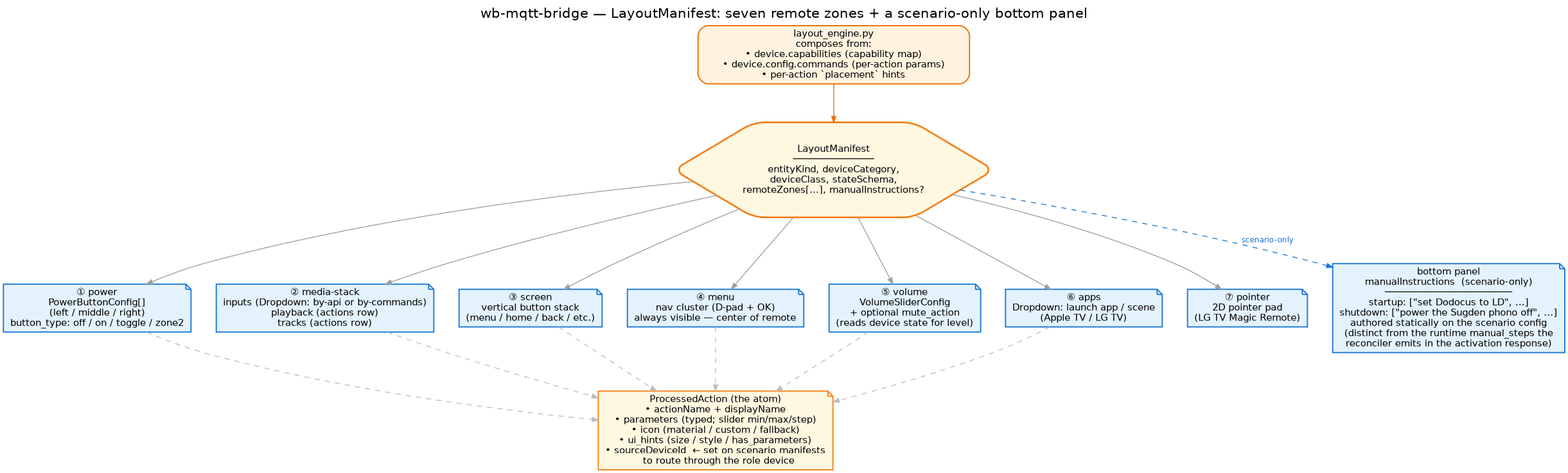
Earlier version of the Graphviz export docs/images/layout-manifest.png (droman42/wb-mqtt-bridge). Its source is kept beside it as docs/images/layout-manifest.dot. Source of this version:
```dot
digraph layout_manifest {
  rankdir=TB;
  bgcolor="white";
  splines=spline;
  nodesep=0.4; ranksep=0.6;
  fontname="Helvetica"; labelloc=t; fontsize=16;
  label="wb-mqtt-bridge — LayoutManifest: seven remote zones + a scenario-only bottom panel";

  node [fontname="Helvetica", fontsize=11, shape=box, style="filled,rounded", penwidth=1.4];
  edge [fontname="Helvetica", fontsize=9, color="#9e9e9e", arrowsize=0.7];

  source [label="layout_engine.py\ncomposes from:\n• device.capabilities (capability map)\n• device.config.commands (per-action params)\n• per-action `placement` hints",
          fillcolor="#fff3e0", color="#ef6c00", width=4.4];

  manifest [label="LayoutManifest\n──────────────\nentityKind, deviceCategory,\ndeviceClass, stateSchema,\nremoteZones[…], manualInstructions?",
            fillcolor="#fff8e1", color="#f57f17", shape=hexagon, penwidth=2];

  zone_power [shape=note, fillcolor="#e3f2fd", color="#1976d2",
              label="① power\nPowerButtonConfig[]\n(left / middle / right)\nbutton_type: off / on / toggle / zone2"];
  zone_media [shape=note, fillcolor="#e3f2fd", color="#1976d2",
              label="② media-stack\ninputs (Dropdown: by-api or by-commands)\nplayback (actions row)\ntracks (actions row)"];
  zone_screen [shape=note, fillcolor="#e3f2fd", color="#1976d2",
               label="③ screen\nvertical button stack\n(menu / home / back / etc.)"];
  zone_menu [shape=note, fillcolor="#e3f2fd", color="#1976d2",
            label="④ menu\nnav cluster (D-pad + OK)\nalways visible — center of remote"];
  zone_volume [shape=note, fillcolor="#e3f2fd", color="#1976d2",
              label="⑤ volume\nVolumeSliderConfig\n+ optional mute_action\n(reads device state for level)"];
  zone_apps [shape=note, fillcolor="#e3f2fd", color="#1976d2",
            label="⑥ apps\nDropdown: launch app / scene\n(Apple TV / LG TV)"];
  zone_pointer [shape=note, fillcolor="#e3f2fd", color="#1976d2",
                label="⑦ pointer\n2D pointer pad\n(LG TV Magic Remote)"];

  manual_panel [shape=note, fillcolor="#e3f2fd", color="#1976d2",
                label="bottom panel\nmanualInstructions  (scenario-only)\n──────────────────────\nstartup: [\"set Dodocus to LD\", …]\nshutdown: [\"power the Sugden phono off\", …]\nauthored statically on the scenario config\n(distinct from the runtime manual_steps the\nreconciler emits in the activation response)"];

  action [shape=note, fillcolor="#fff8e1", color="#f57f17",
          label="ProcessedAction (the atom)\n• actionName + displayName\n• parameters (typed; slider min/max/step)\n• icon (material / custom / fallback)\n• ui_hints (size / style / has_parameters)\n• sourceDeviceId  ← set on scenario manifests\n  to route through the role device"];

  source -> manifest [color="#ef6c00"];
  manifest -> zone_power;
  manifest -> zone_media;
  manifest -> zone_screen;
  manifest -> zone_menu;
  manifest -> zone_volume;
  manifest -> zone_apps;
  manifest -> zone_pointer;
  manifest -> manual_panel [style=dashed, label="scenario-only", color="#1976d2", fontcolor="#1976d2"];

  zone_power  -> action [style=dashed, color="#bdbdbd"];
  zone_media  -> action [style=dashed, color="#bdbdbd"];
  zone_screen -> action [style=dashed, color="#bdbdbd"];
  zone_menu   -> action [style=dashed, color="#bdbdbd"];
  zone_volume -> action [style=dashed, color="#bdbdbd"];
  zone_apps   -> action [style=dashed, color="#bdbdbd"];
  zone_pointer -> action [style=invis];

  {rank=same; zone_power; zone_media; zone_screen; zone_menu}
  {rank=same; zone_volume; zone_apps; zone_pointer; manual_panel}
}
```
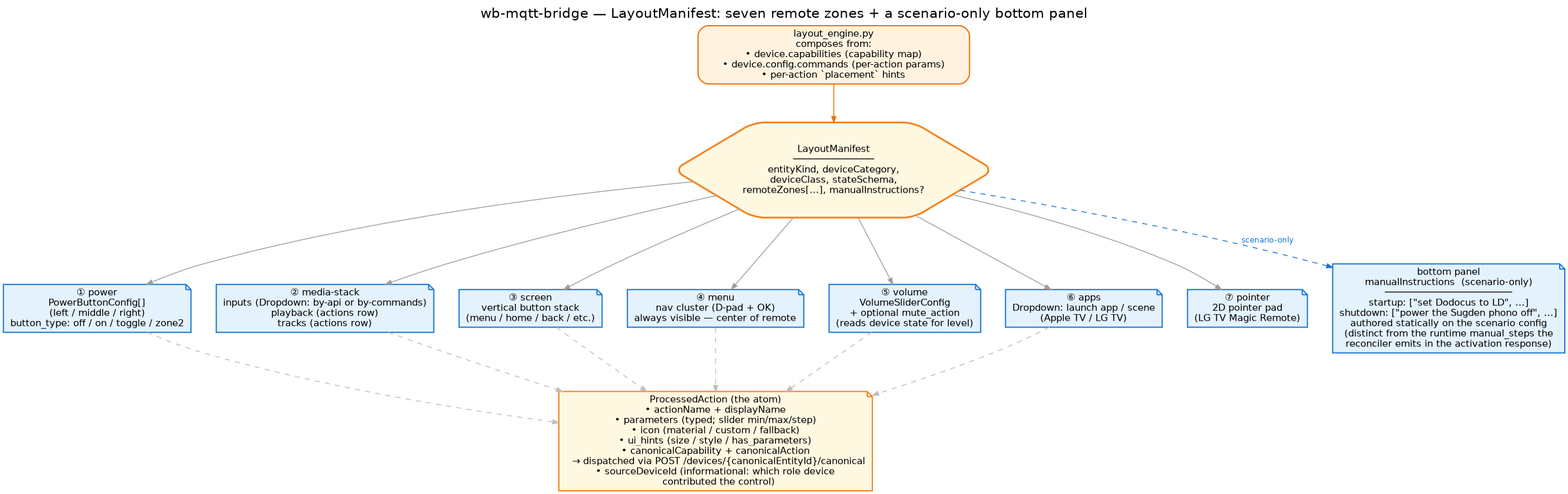
The same diagram one commit later.

Diff of the diagram source:
```diff
@@ -34,7 +34,7 @@
                 label="bottom panel\nmanualInstructions  (scenario-only)\n──────────────────────\nstartup: [\"set Dodocus to LD\", …]\nshutdown: [\"power the Sugden phono off\", …]\nauthored statically on the scenario config\n(distinct from the runtime manual_steps the\nreconciler emits in the activation response)"];
 
   action [shape=note, fillcolor="#fff8e1", color="#f57f17",
-          label="ProcessedAction (the atom)\n• actionName + displayName\n• parameters (typed; slider min/max/step)\n• icon (material / custom / fallback)\n• ui_hints (size / style / has_parameters)\n• sourceDeviceId  ← set on scenario manifests\n  to route through the role device"];
+          label="ProcessedAction (the atom)\n• actionName + displayName\n• parameters (typed; slider min/max/step)\n• icon (material / custom / fallback)\n• ui_hints (size / style / has_parameters)\n• canonicalCapability + canonicalAction\n  → dispatched via POST /devices/{canonicalEntityId}/canonical\n• sourceDeviceId (informational: which role device\n  contributed the control)"];
 
   source -> manifest [color="#ef6c00"];
   manifest -> zone_power;
```
